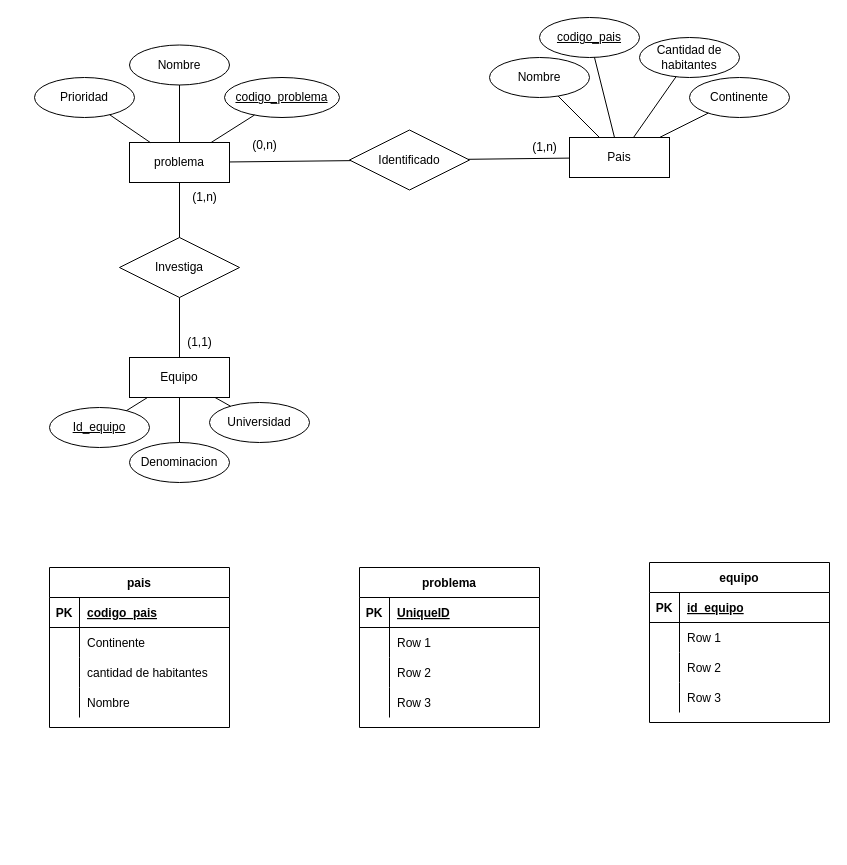
Before: Desafio-2-base-de-datos-informatorio .drawio in RamaAlves/base-de-datos, a draw.io diagram. Source tidied: cells renumbered, new cells numbered last; positions are measured from the earlier drawing's top-left corner, leaving out a move shared by most shapes. Both pictures are drawn from the tidied source at 100%, with x=0, y=0 at pixel (34, 17).
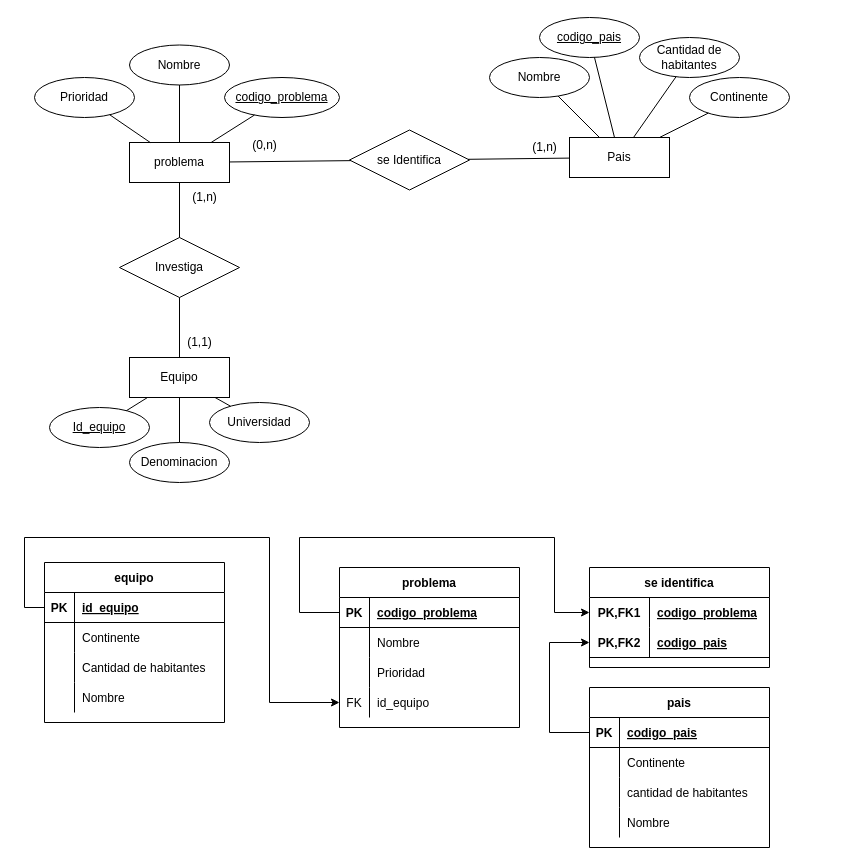
Above is the later version.

The change refers to these unchanged cells:
```xml
<mxCell id="36" style="shape=tableRow;horizontal=0;startSize=0;swimlaneHead=0;swimlaneBody=0;fillColor=none;points=[[0,0.5],[1,0.5]];portConstraint=eastwest;top=0;left=0;right=0;bottom=1;" parent="35" vertex="1">
  <mxGeometry y="30" width="180" height="30" as="geometry" />
</mxCell>
<mxCell id="49" style="shape=tableRow;horizontal=0;startSize=0;swimlaneHead=0;swimlaneBody=0;fillColor=none;points=[[0,0.5],[1,0.5]];portConstraint=eastwest;top=0;left=0;right=0;bottom=1;" parent="48" vertex="1">
  <mxGeometry y="30" width="180" height="30" as="geometry" />
</mxCell>
<mxCell id="52" style="shape=tableRow;horizontal=0;startSize=0;swimlaneHead=0;swimlaneBody=0;fillColor=none;top=0;left=0;right=0;bottom=0;" parent="48" vertex="1">
  <mxGeometry y="60" width="180" height="30" as="geometry" />
</mxCell>
<mxCell id="55" style="shape=tableRow;horizontal=0;startSize=0;swimlaneHead=0;swimlaneBody=0;fillColor=none;top=0;left=0;right=0;bottom=0;" parent="48" vertex="1">
  <mxGeometry y="90" width="180" height="30" as="geometry" />
</mxCell>
<mxCell id="58" style="shape=tableRow;horizontal=0;startSize=0;swimlaneHead=0;swimlaneBody=0;fillColor=none;points=[[0,0.5],[1,0.5]];portConstraint=eastwest;top=0;left=0;right=0;bottom=0;" parent="48" vertex="1">
  <mxGeometry y="120" width="180" height="30" as="geometry" />
</mxCell>
<mxCell id="62" style="shape=tableRow;horizontal=0;startSize=0;swimlaneHead=0;swimlaneBody=0;fillColor=none;points=[[0,0.5],[1,0.5]];portConstraint=eastwest;top=0;left=0;right=0;bottom=1;" parent="61" vertex="1">
  <mxGeometry y="30" width="180" height="30" as="geometry" />
</mxCell>
<mxCell id="65" style="shape=tableRow;horizontal=0;startSize=0;swimlaneHead=0;swimlaneBody=0;fillColor=none;top=0;left=0;right=0;bottom=0;" parent="61" vertex="1">
  <mxGeometry y="60" width="180" height="30" as="geometry" />
</mxCell>
<mxCell id="68" style="shape=tableRow;horizontal=0;startSize=0;swimlaneHead=0;swimlaneBody=0;fillColor=none;top=0;left=0;right=0;bottom=0;" parent="61" vertex="1">
  <mxGeometry y="90" width="180" height="30" as="geometry" />
</mxCell>
<mxCell id="71" style="shape=tableRow;horizontal=0;startSize=0;swimlaneHead=0;swimlaneBody=0;fillColor=none;top=0;left=0;right=0;bottom=0;" parent="61" vertex="1">
  <mxGeometry y="120" width="180" height="30" as="geometry" />
</mxCell>
```

Diff of the diagram source:
```diff
@@
-    <mxCell id="25" value="Identificado" style="shape=rhombus;perimeter=rhombusPerimeter;whiteSpace=wrap;html=1;align=center;" parent="1" vertex="1">
+    <mxCell id="25" value="se Identifica" style="shape=rhombus;perimeter=rhombusPerimeter;whiteSpace=wrap;html=1;align=center;" parent="1" vertex="1">
       <mxGeometry x="315" y="112.5" width="120" height="60" as="geometry" />
     </mxCell>
@@
     <mxCell id="35" value="pais" style="shape=table;startSize=30;childLayout=tableLayout;rowLines=0;fontStyle=1;align=center;" parent="1" vertex="1">
-      <mxGeometry x="15" y="550" width="180" height="160" as="geometry" />
+      <mxGeometry x="555" y="670" width="180" height="160" as="geometry" />
     </mxCell>
@@
     <mxCell id="48" value="problema" style="shape=table;startSize=30;childLayout=tableLayout;rowLines=0;fontStyle=1;align=center;" parent="1" vertex="1">
-      <mxGeometry x="325" y="550" width="180" height="160" as="geometry" />
+      <mxGeometry x="305" y="550" width="180" height="160" as="geometry" />
     </mxCell>
@@
-    <mxCell id="51" value="UniqueID" style="shape=partialRectangle;fillColor=none;top=0;left=0;bottom=0;right=0;align=left;spacingLeft=6;fontStyle=5;overflow=hidden;" parent="49" vertex="1">
+    <mxCell id="51" value="codigo_problema" style="shape=partialRectangle;fillColor=none;top=0;left=0;bottom=0;right=0;align=left;spacingLeft=6;fontStyle=5;overflow=hidden;" parent="49" vertex="1">
       <mxGeometry x="30" width="150" height="30" as="geometry" />
     </mxCell>
@@
-    <mxCell id="54" value="Row 1" style="shape=partialRectangle;fillColor=none;top=0;left=0;bottom=0;right=0;align=left;spacingLeft=6;overflow=hidden;" parent="52" vertex="1">
+    <mxCell id="54" value="Nombre" style="shape=partialRectangle;fillColor=none;top=0;left=0;bottom=0;right=0;align=left;spacingLeft=6;overflow=hidden;" parent="52" vertex="1">
       <mxGeometry x="30" width="150" height="30" as="geometry" />
     </mxCell>
@@
-    <mxCell id="57" value="Row 2" style="shape=partialRectangle;fillColor=none;top=0;left=0;bottom=0;right=0;align=left;spacingLeft=6;overflow=hidden;" parent="55" vertex="1">
+    <mxCell id="57" value="Prioridad" style="shape=partialRectangle;fillColor=none;top=0;left=0;bottom=0;right=0;align=left;spacingLeft=6;overflow=hidden;" parent="55" vertex="1">
       <mxGeometry x="30" width="150" height="30" as="geometry" />
     </mxCell>
@@
-    <mxCell id="59" style="shape=partialRectangle;fillColor=none;top=0;left=0;bottom=0;right=0;overflow=hidden;" parent="58" vertex="1">
-      <mxGeometry width="30" height="30" as="geometry" />
-    </mxCell>
-    <mxCell id="60" value="Row 3" style="shape=partialRectangle;fillColor=none;top=0;left=0;bottom=0;right=0;align=left;spacingLeft=6;overflow=hidden;" parent="58" vertex="1">
-      <mxGeometry x="30" width="150" height="30" as="geometry" />
-    </mxCell>
+    <mxCell id="74" value="FK" style="shape=partialRectangle;fillColor=none;top=0;left=0;bottom=0;right=0;overflow=hidden;" parent="58" vertex="1">
+      <mxGeometry width="30" height="30" as="geometry" />
+    </mxCell>
+    <mxCell id="75" value="id_equipo" style="shape=partialRectangle;fillColor=none;top=0;left=0;bottom=0;right=0;align=left;spacingLeft=6;overflow=hidden;" parent="58" vertex="1">
+      <mxGeometry x="30" width="150" height="30" as="geometry" />
+    </mxCell>
     <mxCell id="61" value="equipo" style="shape=table;startSize=30;childLayout=tableLayout;rowLines=0;fontStyle=1;align=center;" parent="1" vertex="1">
-      <mxGeometry x="615" y="545" width="180" height="160" as="geometry" />
+      <mxGeometry x="10" y="545" width="180" height="160" as="geometry" />
     </mxCell>
@@
-    <mxCell id="67" value="Row 1" style="shape=partialRectangle;fillColor=none;top=0;left=0;bottom=0;right=0;align=left;spacingLeft=6;overflow=hidden;" parent="65" vertex="1">
+    <mxCell id="67" value="Continente" style="shape=partialRectangle;fillColor=none;top=0;left=0;bottom=0;right=0;align=left;spacingLeft=6;overflow=hidden;" parent="65" vertex="1">
       <mxGeometry x="30" width="150" height="30" as="geometry" />
     </mxCell>
@@
-    <mxCell id="70" value="Row 2" style="shape=partialRectangle;fillColor=none;top=0;left=0;bottom=0;right=0;align=left;spacingLeft=6;overflow=hidden;" parent="68" vertex="1">
+    <mxCell id="70" value="Cantidad de habitantes" style="shape=partialRectangle;fillColor=none;top=0;left=0;bottom=0;right=0;align=left;spacingLeft=6;overflow=hidden;" parent="68" vertex="1">
       <mxGeometry x="30" width="150" height="30" as="geometry" />
     </mxCell>
@@
-    <mxCell id="73" value="Row 3" style="shape=partialRectangle;fillColor=none;top=0;left=0;bottom=0;right=0;align=left;spacingLeft=6;overflow=hidden;" parent="71" vertex="1">
+    <mxCell id="73" value="Nombre" style="shape=partialRectangle;fillColor=none;top=0;left=0;bottom=0;right=0;align=left;spacingLeft=6;overflow=hidden;" parent="71" vertex="1">
       <mxGeometry x="30" width="150" height="30" as="geometry" />
     </mxCell>
+    <mxCell id="76" style="edgeStyle=orthogonalEdgeStyle;rounded=0;jettySize=auto;html=1;exitX=0;exitY=0.5;exitDx=0;exitDy=0;" parent="1" edge="1" source="62" target="58">
+      <mxGeometry relative="1" as="geometry">
+        <Array as="points">
+          <mxPoint x="-10" y="590" />
+          <mxPoint x="-10" y="520" />
+          <mxPoint x="235" y="520" />
+          <mxPoint x="235" y="685" />
+        </Array>
+      </mxGeometry>
+    </mxCell>
+    <mxCell id="77" value="se identifica" style="shape=table;startSize=30;childLayout=tableLayout;rowLines=0;fontStyle=1;align=center;" parent="1" vertex="1">
+      <mxGeometry x="555" y="550" width="180" height="100" as="geometry" />
+    </mxCell>
+    <mxCell id="78" style="shape=tableRow;horizontal=0;startSize=0;swimlaneHead=0;swimlaneBody=0;fillColor=none;points=[[0,0.5],[1,0.5]];portConstraint=eastwest;top=0;left=0;right=0;bottom=0;" parent="77" vertex="1">
+      <mxGeometry y="30" width="180" height="30" as="geometry" />
+    </mxCell>
+    <mxCell id="79" value="PK,FK1" style="shape=partialRectangle;fillColor=none;top=0;left=0;bottom=0;right=0;fontStyle=1;overflow=hidden;" parent="78" vertex="1">
+      <mxGeometry width="60" height="30" as="geometry" />
+    </mxCell>
+    <mxCell id="80" value="codigo_problema" style="shape=partialRectangle;fillColor=none;top=0;left=0;bottom=0;right=0;align=left;spacingLeft=6;fontStyle=5;overflow=hidden;" parent="78" vertex="1">
+      <mxGeometry x="60" width="120" height="30" as="geometry" />
+    </mxCell>
+    <mxCell id="81" style="shape=tableRow;horizontal=0;startSize=0;swimlaneHead=0;swimlaneBody=0;fillColor=none;points=[[0,0.5],[1,0.5]];portConstraint=eastwest;top=0;left=0;right=0;bottom=1;" parent="77" vertex="1">
+      <mxGeometry y="60" width="180" height="30" as="geometry" />
+    </mxCell>
+    <mxCell id="82" value="PK,FK2" style="shape=partialRectangle;fillColor=none;top=0;left=0;bottom=0;right=0;fontStyle=1;overflow=hidden;" parent="81" vertex="1">
+      <mxGeometry width="60" height="30" as="geometry" />
+    </mxCell>
+    <mxCell id="83" value="codigo_pais" style="shape=partialRectangle;fillColor=none;top=0;left=0;bottom=0;right=0;align=left;spacingLeft=6;fontStyle=5;overflow=hidden;" parent="81" vertex="1">
+      <mxGeometry x="60" width="120" height="30" as="geometry" />
+    </mxCell>
+    <mxCell id="84" style="edgeStyle=orthogonalEdgeStyle;rounded=0;jettySize=auto;html=1;exitX=0;exitY=0.5;exitDx=0;exitDy=0;" parent="1" edge="1" source="49" target="78">
+      <mxGeometry relative="1" as="geometry">
+        <Array as="points">
+          <mxPoint x="265" y="595" />
+          <mxPoint x="265" y="520" />
+          <mxPoint x="520" y="520" />
+          <mxPoint x="520" y="595" />
+        </Array>
+      </mxGeometry>
+    </mxCell>
+    <mxCell id="85" style="edgeStyle=orthogonalEdgeStyle;rounded=0;jettySize=auto;html=1;" parent="1" edge="1" source="36" target="81">
+      <mxGeometry relative="1" as="geometry">
+        <Array as="points">
+          <mxPoint x="515" y="715" />
+          <mxPoint x="515" y="625" />
+        </Array>
+      </mxGeometry>
+    </mxCell>
```
